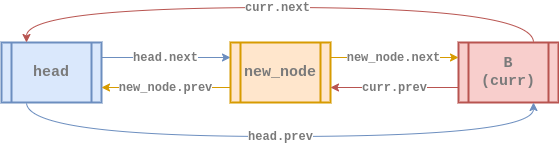
The draw.io diagram assets/data-structure/linked-list/cll-doubly-insert_at2.png in euisblue/vue-blog, before a commit. Source tidied: cells renumbered, new cells last; positions are measured from the earlier drawing's top-left corner, leaving out a move shared by most shapes. Source of this version:
```xml
<mxGraphModel>
  <root>
    <mxCell id="0" />
    <mxCell id="1" parent="0" />
    <mxCell id="2" value="&lt;b&gt;&lt;font style=&quot;font-size: 15px&quot; face=&quot;Courier New&quot; color=&quot;#7a7a7a&quot;&gt;B&lt;br&gt;(curr)&lt;br&gt;&lt;/font&gt;&lt;/b&gt;" style="shape=process;whiteSpace=wrap;html=1;backgroundOutline=1;fillColor=#f8cecc;strokeColor=#b85450;gradientDirection=east;strokeWidth=2;shadow=0;glass=0;sketch=0;" parent="1" vertex="1">
      <mxGeometry x="457" y="35" width="100" height="60" as="geometry" />
    </mxCell>
    <mxCell id="3" value="&lt;b style=&quot;font-size: 11px ; font-style: normal ; letter-spacing: normal ; text-align: center ; text-indent: 0px ; text-transform: none ; word-spacing: 0px ; font-family: &amp;#34;courier new&amp;#34;&quot;&gt;&lt;font style=&quot;font-size: 12px&quot; color=&quot;#7a7a7a&quot;&gt;head.next&lt;/font&gt;&lt;/b&gt;" style="edgeStyle=orthogonalEdgeStyle;curved=1;rounded=0;sketch=0;jettySize=auto;html=1;exitX=1;exitY=0.25;exitDx=0;exitDy=0;entryX=0;entryY=0.25;entryDx=0;entryDy=0;strokeColor=#6c8ebf;strokeWidth=1;fillColor=#dae8fc;" parent="1" edge="1" source="4" target="9">
      <mxGeometry x="-0.01" relative="1" as="geometry" />
    </mxCell>
    <mxCell id="4" value="&lt;div&gt;&lt;font color=&quot;#7a7a7a&quot; face=&quot;courier new&quot; style=&quot;font-size: 15px&quot;&gt;head&lt;/font&gt;&lt;/div&gt;" style="shape=process;whiteSpace=wrap;html=1;backgroundOutline=1;fillColor=#dae8fc;strokeColor=#6c8ebf;gradientDirection=east;strokeWidth=2;shadow=0;glass=0;align=center;sketch=0;fontStyle=1;" parent="1" vertex="1">
      <mxGeometry y="35" width="100" height="60" as="geometry" />
    </mxCell>
    <mxCell id="5" value="&lt;font face=&quot;Courier New&quot; color=&quot;#7a7a7a&quot; size=&quot;1&quot;&gt;&lt;b style=&quot;font-size: 12px&quot;&gt;curr.next&lt;/b&gt;&lt;/font&gt;" style="rounded=0;jettySize=auto;html=1;exitX=0.75;exitY=0;exitDx=0;exitDy=0;endArrow=classic;endFill=1;strokeColor=#b85450;strokeWidth=1;entryX=0.25;entryY=0;entryDx=0;entryDy=0;fillColor=#f8cecc;edgeStyle=orthogonalEdgeStyle;curved=1;" parent="1" edge="1" source="2" target="4">
      <mxGeometry x="0.01" relative="1" as="geometry">
        <Array as="points">
          <mxPoint x="532" />
          <mxPoint x="25" />
        </Array>
      </mxGeometry>
    </mxCell>
    <mxCell id="6" value="&lt;b style=&quot;font-size: 11px ; font-style: normal ; letter-spacing: normal ; text-align: center ; text-indent: 0px ; text-transform: none ; word-spacing: 0px ; font-family: &amp;#34;courier new&amp;#34;&quot;&gt;&lt;font style=&quot;font-size: 12px&quot; color=&quot;#7a7a7a&quot;&gt;head.prev&lt;/font&gt;&lt;/b&gt;" style="edgeStyle=orthogonalEdgeStyle;curved=1;rounded=0;sketch=0;jettySize=auto;html=1;exitX=0.25;exitY=1;exitDx=0;exitDy=0;entryX=0.75;entryY=1;entryDx=0;entryDy=0;strokeWidth=1;strokeColor=#6c8ebf;fillColor=#dae8fc;" parent="1" edge="1" source="4" target="2">
      <mxGeometry relative="1" as="geometry">
        <Array as="points">
          <mxPoint x="25" y="129" />
          <mxPoint x="532" y="129" />
        </Array>
      </mxGeometry>
    </mxCell>
    <mxCell id="7" value="&lt;font color=&quot;#7a7a7a&quot; face=&quot;courier new&quot;&gt;&lt;span style=&quot;font-size: 12px&quot;&gt;&lt;b&gt;new_node.prev&lt;/b&gt;&lt;/span&gt;&lt;/font&gt;" style="edgeStyle=orthogonalEdgeStyle;curved=1;rounded=0;sketch=0;jettySize=auto;html=1;exitX=0;exitY=0.75;exitDx=0;exitDy=0;entryX=1;entryY=0.75;entryDx=0;entryDy=0;strokeColor=#d79b00;strokeWidth=1;fillColor=#ffe6cc;" parent="1" edge="1" source="9" target="4">
      <mxGeometry x="0.01" relative="1" as="geometry" />
    </mxCell>
    <mxCell id="8" value="&lt;b style=&quot;color: rgb(122 , 122 , 122) ; font-family: &amp;#34;courier new&amp;#34; ; font-style: normal ; letter-spacing: normal ; text-align: center ; text-indent: 0px ; text-transform: none ; word-spacing: 0px ; background-color: rgb(255 , 255 , 255) ; font-size: 12px&quot;&gt;new_node.next&lt;/b&gt;" style="edgeStyle=orthogonalEdgeStyle;curved=1;rounded=0;sketch=0;jettySize=auto;html=1;exitX=1;exitY=0.25;exitDx=0;exitDy=0;entryX=0;entryY=0.25;entryDx=0;entryDy=0;strokeColor=#d79b00;strokeWidth=1;fillColor=#ffe6cc;" parent="1" edge="1" source="9" target="2">
      <mxGeometry x="-0.01" relative="1" as="geometry">
        <Array as="points">
          <mxPoint x="358" y="50" />
          <mxPoint x="358" y="50" />
        </Array>
      </mxGeometry>
    </mxCell>
    <mxCell id="9" value="&lt;div&gt;&lt;font color=&quot;#7a7a7a&quot; face=&quot;courier new&quot; size=&quot;1&quot;&gt;&lt;b style=&quot;font-size: 15px&quot;&gt;new_node&lt;/b&gt;&lt;/font&gt;&lt;/div&gt;" style="shape=process;whiteSpace=wrap;html=1;backgroundOutline=1;fillColor=#ffe6cc;strokeColor=#d79b00;gradientDirection=east;strokeWidth=2;shadow=0;glass=0;align=center;sketch=0;" parent="1" vertex="1">
      <mxGeometry x="229" y="35" width="100" height="60" as="geometry" />
    </mxCell>
    <mxCell id="10" value="&lt;b style=&quot;color: rgb(122 , 122 , 122) ; font-family: &amp;#34;courier new&amp;#34;&quot;&gt;&lt;font style=&quot;font-size: 12px&quot;&gt;curr.prev&lt;/font&gt;&lt;/b&gt;" style="rounded=0;jettySize=auto;html=1;exitX=0;exitY=0.75;exitDx=0;exitDy=0;entryX=1;entryY=0.75;entryDx=0;entryDy=0;strokeColor=#b85450;strokeWidth=1;fillColor=#f8cecc;" parent="1" edge="1" source="2" target="9">
      <mxGeometry relative="1" as="geometry" />
    </mxCell>
  </root>
</mxGraphModel>
```
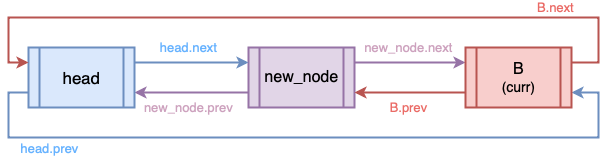
Later version of the same file.

The edit, as a diff of the source:
```diff
@@ -2,47 +2,58 @@
   <root>
     <mxCell id="0" />
     <mxCell id="1" parent="0" />
-    <mxCell id="2" value="&lt;b&gt;&lt;font style=&quot;font-size: 15px&quot; face=&quot;Courier New&quot; color=&quot;#7a7a7a&quot;&gt;B&lt;br&gt;(curr)&lt;br&gt;&lt;/font&gt;&lt;/b&gt;" style="shape=process;whiteSpace=wrap;html=1;backgroundOutline=1;fillColor=#f8cecc;strokeColor=#b85450;gradientDirection=east;strokeWidth=2;shadow=0;glass=0;sketch=0;" parent="1" vertex="1">
-      <mxGeometry x="457" y="35" width="100" height="60" as="geometry" />
+    <mxCell id="2" value="&lt;font color=&quot;#cda2be&quot; size=&quot;2&quot;&gt;&lt;span&gt;new_node.next&lt;/span&gt;&lt;/font&gt;" style="edgeStyle=orthogonalEdgeStyle;rounded=0;jettySize=auto;html=1;exitX=1;exitY=0.25;exitDx=0;exitDy=0;fillColor=#e1d5e7;strokeColor=#9673a6;strokeWidth=2;labelBackgroundColor=none;labelBorderColor=none;fontFamily=Helvetica;entryX=0;entryY=0.25;entryDx=0;entryDy=0;" parent="1" edge="1" source="4" target="9">
+      <mxGeometry x="-0.03" y="15" relative="1" as="geometry" />
     </mxCell>
-    <mxCell id="3" value="&lt;b style=&quot;font-size: 11px ; font-style: normal ; letter-spacing: normal ; text-align: center ; text-indent: 0px ; text-transform: none ; word-spacing: 0px ; font-family: &amp;#34;courier new&amp;#34;&quot;&gt;&lt;font style=&quot;font-size: 12px&quot; color=&quot;#7a7a7a&quot;&gt;head.next&lt;/font&gt;&lt;/b&gt;" style="edgeStyle=orthogonalEdgeStyle;curved=1;rounded=0;sketch=0;jettySize=auto;html=1;exitX=1;exitY=0.25;exitDx=0;exitDy=0;entryX=0;entryY=0.25;entryDx=0;entryDy=0;strokeColor=#6c8ebf;strokeWidth=1;fillColor=#dae8fc;" parent="1" edge="1" source="4" target="9">
-      <mxGeometry x="-0.01" relative="1" as="geometry" />
+    <mxCell id="3" value="&lt;font color=&quot;#cda2be&quot; size=&quot;2&quot;&gt;&lt;span&gt;new_node.prev&lt;/span&gt;&lt;/font&gt;" style="edgeStyle=orthogonalEdgeStyle;rounded=0;jettySize=auto;html=1;exitX=0;exitY=0.75;exitDx=0;exitDy=0;labelBackgroundColor=none;strokeWidth=2;fontFamily=Helvetica;fontColor=#666666;align=center;fillColor=#e1d5e7;strokeColor=#9673a6;entryX=1;entryY=0.75;entryDx=0;entryDy=0;" parent="1" edge="1" source="4" target="7">
+      <mxGeometry x="0.4" y="25" relative="1" as="geometry">
+        <Array as="points">
+          <mxPoint x="200" y="-210" />
+          <mxPoint x="200" y="-210" />
+        </Array>
+        <mxPoint x="20" y="-10" as="offset" />
+      </mxGeometry>
     </mxCell>
-    <mxCell id="4" value="&lt;div&gt;&lt;font color=&quot;#7a7a7a&quot; face=&quot;courier new&quot; style=&quot;font-size: 15px&quot;&gt;head&lt;/font&gt;&lt;/div&gt;" style="shape=process;whiteSpace=wrap;html=1;backgroundOutline=1;fillColor=#dae8fc;strokeColor=#6c8ebf;gradientDirection=east;strokeWidth=2;shadow=0;glass=0;align=center;sketch=0;fontStyle=1;" parent="1" vertex="1">
-      <mxGeometry y="35" width="100" height="60" as="geometry" />
+    <mxCell id="4" value="&lt;font&gt;&lt;font size=&quot;3&quot;&gt;new_node&lt;/font&gt;&lt;br&gt;&lt;/font&gt;" style="shape=process;whiteSpace=wrap;html=1;backgroundOutline=1;strokeWidth=2;fillColor=#e1d5e7;strokeColor=#9673a6;fontStyle=0;fontFamily=Helvetica;fontSize=14;labelBackgroundColor=none;labelBorderColor=none;" parent="1" vertex="1">
+      <mxGeometry x="280" y="-255" width="106" height="60" as="geometry" />
     </mxCell>
-    <mxCell id="5" value="&lt;font face=&quot;Courier New&quot; color=&quot;#7a7a7a&quot; size=&quot;1&quot;&gt;&lt;b style=&quot;font-size: 12px&quot;&gt;curr.next&lt;/b&gt;&lt;/font&gt;" style="rounded=0;jettySize=auto;html=1;exitX=0.75;exitY=0;exitDx=0;exitDy=0;endArrow=classic;endFill=1;strokeColor=#b85450;strokeWidth=1;entryX=0.25;entryY=0;entryDx=0;entryDy=0;fillColor=#f8cecc;edgeStyle=orthogonalEdgeStyle;curved=1;" parent="1" edge="1" source="2" target="4">
-      <mxGeometry x="0.01" relative="1" as="geometry">
+    <mxCell id="5" value="&lt;span style=&quot;color: rgb(102, 178, 255); font-family: helvetica; font-size: 13px; font-style: normal; font-weight: normal; letter-spacing: normal; text-align: center; text-indent: 0px; text-transform: none; word-spacing: 0px; text-decoration: none; display: inline; float: none;&quot;&gt;B.next&lt;/span&gt;" style="edgeStyle=orthogonalEdgeStyle;rounded=0;jettySize=auto;html=1;exitX=0;exitY=0.75;exitDx=0;exitDy=0;entryX=1;entryY=0.75;entryDx=0;entryDy=0;fillColor=#dae8fc;strokeColor=#6c8ebf;strokeWidth=2;labelBackgroundColor=none;labelBorderColor=none;fontFamily=Helvetica;align=center;" parent="1" edge="1" source="7" target="9">
+      <mxGeometry x="0.49" y="34" relative="1" as="geometry">
         <Array as="points">
-          <mxPoint x="532" />
-          <mxPoint x="25" />
+          <mxPoint x="40" y="-210" />
+          <mxPoint x="40" y="-165" />
+          <mxPoint x="630" y="-165" />
+          <mxPoint x="630" y="-210" />
         </Array>
+        <mxPoint x="30" y="-19" as="offset" />
       </mxGeometry>
     </mxCell>
-    <mxCell id="6" value="&lt;b style=&quot;font-size: 11px ; font-style: normal ; letter-spacing: normal ; text-align: center ; text-indent: 0px ; text-transform: none ; word-spacing: 0px ; font-family: &amp;#34;courier new&amp;#34;&quot;&gt;&lt;font style=&quot;font-size: 12px&quot; color=&quot;#7a7a7a&quot;&gt;head.prev&lt;/font&gt;&lt;/b&gt;" style="edgeStyle=orthogonalEdgeStyle;curved=1;rounded=0;sketch=0;jettySize=auto;html=1;exitX=0.25;exitY=1;exitDx=0;exitDy=0;entryX=0.75;entryY=1;entryDx=0;entryDy=0;strokeWidth=1;strokeColor=#6c8ebf;fillColor=#dae8fc;" parent="1" edge="1" source="4" target="2">
-      <mxGeometry relative="1" as="geometry">
-        <Array as="points">
-          <mxPoint x="25" y="129" />
-          <mxPoint x="532" y="129" />
-        </Array>
+    <mxCell id="6" value="&lt;span style=&quot;color: rgb(102 , 178 , 255) ; font-size: 13px&quot;&gt;head.prev&lt;/span&gt;" style="edgeLabel;html=1;align=center;verticalAlign=middle;fontFamily=Helvetica;fontColor=#666666;labelBackgroundColor=none;" parent="5" vertex="1">
+      <mxGeometry x="-0.14" y="-1" relative="1" as="geometry">
+        <mxPoint x="-209" y="9" as="offset" />
       </mxGeometry>
     </mxCell>
-    <mxCell id="7" value="&lt;font color=&quot;#7a7a7a&quot; face=&quot;courier new&quot;&gt;&lt;span style=&quot;font-size: 12px&quot;&gt;&lt;b&gt;new_node.prev&lt;/b&gt;&lt;/span&gt;&lt;/font&gt;" style="edgeStyle=orthogonalEdgeStyle;curved=1;rounded=0;sketch=0;jettySize=auto;html=1;exitX=0;exitY=0.75;exitDx=0;exitDy=0;entryX=1;entryY=0.75;entryDx=0;entryDy=0;strokeColor=#d79b00;strokeWidth=1;fillColor=#ffe6cc;" parent="1" edge="1" source="9" target="4">
-      <mxGeometry x="0.01" relative="1" as="geometry" />
+    <mxCell id="7" value="&lt;font&gt;&lt;span style=&quot;font-size: 17px&quot;&gt;head&lt;/span&gt;&lt;br&gt;&lt;/font&gt;" style="shape=process;whiteSpace=wrap;html=1;backgroundOutline=1;strokeWidth=2;fillColor=#dae8fc;strokeColor=#6c8ebf;fontStyle=0;fontFamily=Helvetica;fontSize=14;labelBackgroundColor=none;labelBorderColor=none;" parent="1" vertex="1">
+      <mxGeometry x="60" y="-255" width="106" height="60" as="geometry" />
     </mxCell>
-    <mxCell id="8" value="&lt;b style=&quot;color: rgb(122 , 122 , 122) ; font-family: &amp;#34;courier new&amp;#34; ; font-style: normal ; letter-spacing: normal ; text-align: center ; text-indent: 0px ; text-transform: none ; word-spacing: 0px ; background-color: rgb(255 , 255 , 255) ; font-size: 12px&quot;&gt;new_node.next&lt;/b&gt;" style="edgeStyle=orthogonalEdgeStyle;curved=1;rounded=0;sketch=0;jettySize=auto;html=1;exitX=1;exitY=0.25;exitDx=0;exitDy=0;entryX=0;entryY=0.25;entryDx=0;entryDy=0;strokeColor=#d79b00;strokeWidth=1;fillColor=#ffe6cc;" parent="1" edge="1" source="9" target="2">
-      <mxGeometry x="-0.01" relative="1" as="geometry">
-        <Array as="points">
-          <mxPoint x="358" y="50" />
-          <mxPoint x="358" y="50" />
-        </Array>
-      </mxGeometry>
+    <mxCell id="8" value="&lt;span style=&quot;color: rgb(234 , 107 , 102)&quot;&gt;&lt;font style=&quot;font-size: 13px&quot;&gt;B.prev&lt;/font&gt;&lt;/span&gt;" style="edgeStyle=orthogonalEdgeStyle;rounded=0;jettySize=auto;html=1;exitX=0;exitY=0.75;exitDx=0;exitDy=0;entryX=1;entryY=0.75;entryDx=0;entryDy=0;labelBackgroundColor=none;strokeWidth=2;fontFamily=Helvetica;fontColor=#666666;align=center;fillColor=#f8cecc;strokeColor=#b85450;" parent="1" edge="1" source="9" target="4">
+      <mxGeometry x="0.03" y="15" relative="1" as="geometry" />
     </mxCell>
-    <mxCell id="9" value="&lt;div&gt;&lt;font color=&quot;#7a7a7a&quot; face=&quot;courier new&quot; size=&quot;1&quot;&gt;&lt;b style=&quot;font-size: 15px&quot;&gt;new_node&lt;/b&gt;&lt;/font&gt;&lt;/div&gt;" style="shape=process;whiteSpace=wrap;html=1;backgroundOutline=1;fillColor=#ffe6cc;strokeColor=#d79b00;gradientDirection=east;strokeWidth=2;shadow=0;glass=0;align=center;sketch=0;" parent="1" vertex="1">
-      <mxGeometry x="229" y="35" width="100" height="60" as="geometry" />
+    <mxCell id="9" value="&lt;font&gt;&lt;font style=&quot;font-size: 16px&quot;&gt;B&lt;br&gt;&lt;/font&gt;(curr)&lt;br&gt;&lt;/font&gt;" style="shape=process;whiteSpace=wrap;html=1;backgroundOutline=1;strokeWidth=2;fillColor=#f8cecc;strokeColor=#b85450;fontStyle=0;fontFamily=Helvetica;fontSize=14;labelBackgroundColor=none;labelBorderColor=none;" parent="1" vertex="1">
+      <mxGeometry x="497" y="-255" width="106" height="60" as="geometry" />
     </mxCell>
-    <mxCell id="10" value="&lt;b style=&quot;color: rgb(122 , 122 , 122) ; font-family: &amp;#34;courier new&amp;#34;&quot;&gt;&lt;font style=&quot;font-size: 12px&quot;&gt;curr.prev&lt;/font&gt;&lt;/b&gt;" style="rounded=0;jettySize=auto;html=1;exitX=0;exitY=0.75;exitDx=0;exitDy=0;entryX=1;entryY=0.75;entryDx=0;entryDy=0;strokeColor=#b85450;strokeWidth=1;fillColor=#f8cecc;" parent="1" edge="1" source="2" target="9">
-      <mxGeometry relative="1" as="geometry" />
+    <mxCell id="10" value="&lt;font color=&quot;#66b2ff&quot; size=&quot;2&quot;&gt;&lt;span&gt;head.next&lt;/span&gt;&lt;/font&gt;" style="edgeStyle=orthogonalEdgeStyle;rounded=0;jettySize=auto;html=1;exitX=1;exitY=0.25;exitDx=0;exitDy=0;entryX=0;entryY=0.25;entryDx=0;entryDy=0;labelBackgroundColor=none;strokeWidth=2;fontFamily=Helvetica;fontColor=#666666;align=center;fillColor=#dae8fc;strokeColor=#6c8ebf;" parent="1" edge="1" source="7" target="4">
+      <mxGeometry x="-0.04" y="15" relative="1" as="geometry" />
     </mxCell>
+    <mxCell id="11" value="&lt;span style=&quot;color: rgb(234 , 107 , 102) ; font-size: 13px&quot;&gt;B.next&lt;/span&gt;" style="edgeStyle=orthogonalEdgeStyle;rounded=0;jettySize=auto;html=1;exitX=1;exitY=0.25;exitDx=0;exitDy=0;labelBackgroundColor=none;strokeWidth=2;fontFamily=Helvetica;fontColor=#666666;align=center;fillColor=#f8cecc;strokeColor=#b85450;entryX=0;entryY=0.25;entryDx=0;entryDy=0;" parent="1" edge="1" source="9" target="7">
+      <mxGeometry x="-0.68" y="-10" relative="1" as="geometry">
+        <Array as="points">
+          <mxPoint x="630" y="-240" />
+          <mxPoint x="630" y="-285" />
+          <mxPoint x="40" y="-285" />
+          <mxPoint x="40" y="-240" />
+        </Array>
+      </mxGeometry>
+    </mxCell>
   </root>
 </mxGraphModel>
```
